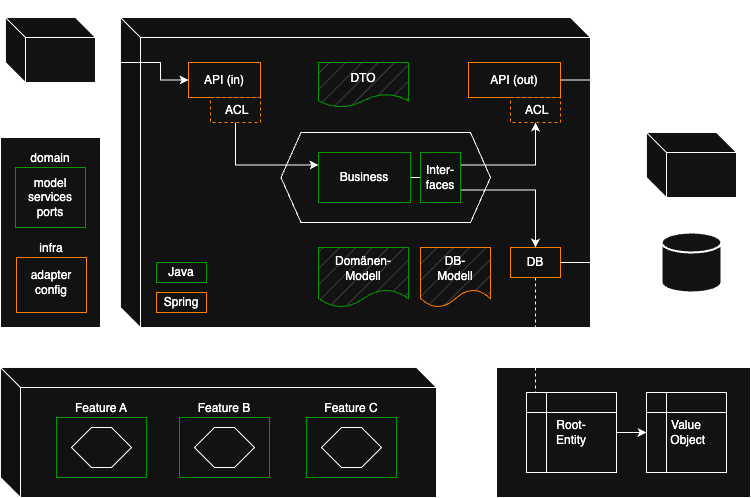
The draw.io diagram images/software-architecture-guide-step-5.drawio.png in coc-university/software-architecture-guide, before a commit. Source tidied: cells renumbered, new cells last; positions are measured from the earlier drawing's top-left corner, leaving out a move shared by most shapes.
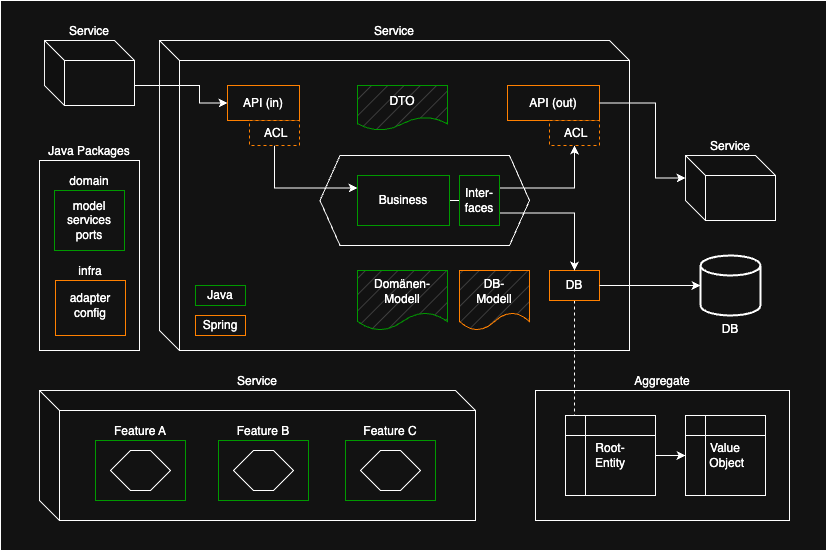
After the change.

Diff of the diagram source:
```diff
@@ -2,6 +2,9 @@
   <root>
     <mxCell id="0" />
     <mxCell id="1" parent="0" />
+    <mxCell id="43" style="rounded=0;whiteSpace=wrap;html=1;" parent="1" vertex="1">
+      <mxGeometry x="-39" y="-40" width="826" height="550" as="geometry" />
+    </mxCell>
     <mxCell id="2" value="Aggregate" style="rounded=0;whiteSpace=wrap;html=1;labelPosition=center;verticalLabelPosition=top;align=center;verticalAlign=bottom;" parent="1" vertex="1">
       <mxGeometry x="496" y="350" width="254" height="130" as="geometry" />
     </mxCell>
```
